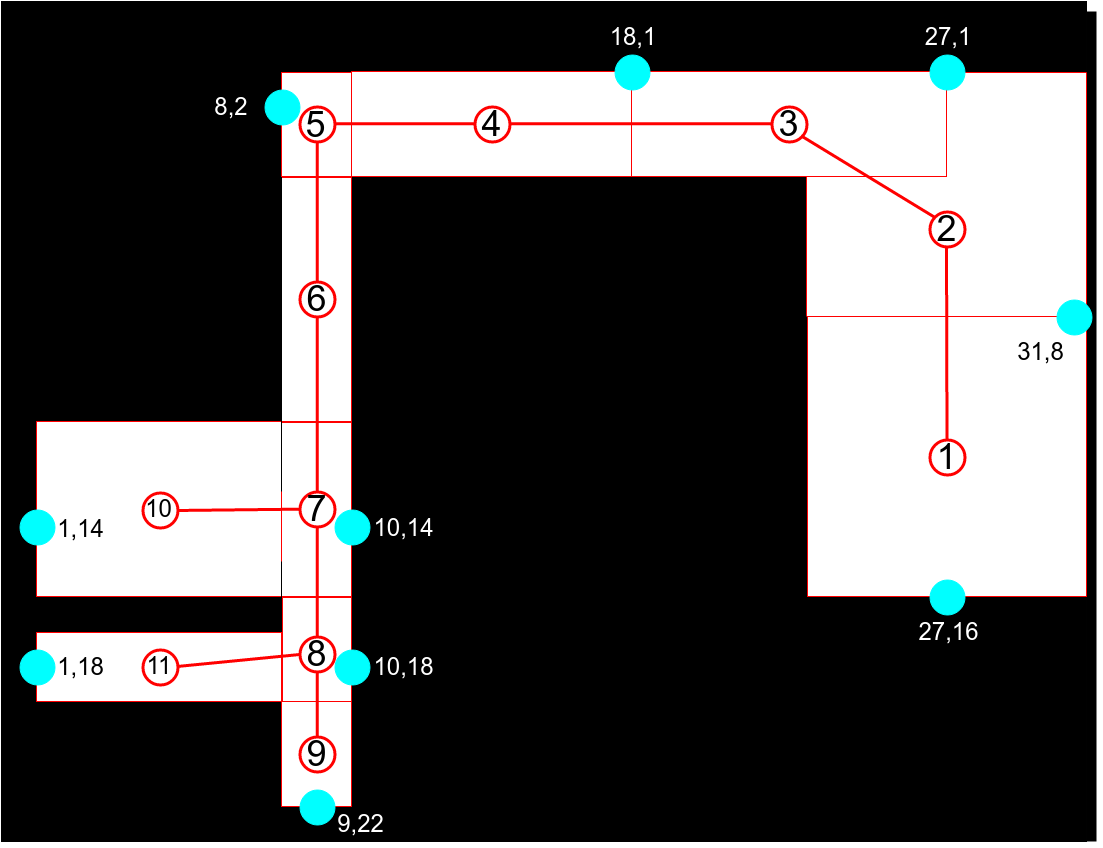
Earlier version of the draw.io export docs/eb2.png (mchill/beacon-bone). Source tidied: cells renumbered, new cells last; positions are measured from the earlier drawing's top-left corner, leaving out a move shared by most shapes.
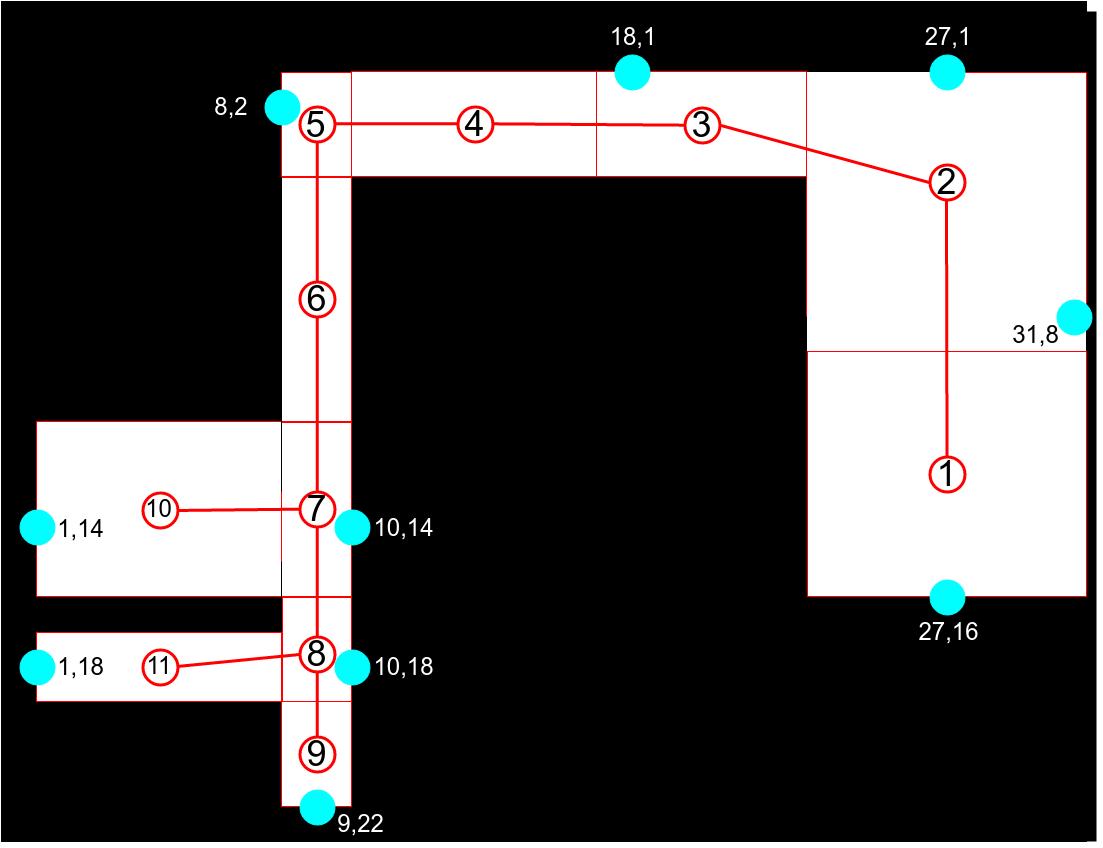
The same diagram one commit later.

Commit message:
Move around map regions

All regions need to be rectangular. Beacons should not be
placed on borders between regions.

What changed in the source:
```diff
@@ -72,10 +72,10 @@
       <mxGeometry x="1085" y="10" width="10" height="830" as="geometry" />
     </mxCell>
     <mxCell id="25" style="whiteSpace=wrap;html=1;strokeColor=#FF0000;strokeWidth=1;fillColor=none;" parent="1" vertex="1">
-      <mxGeometry x="806" y="315" width="279" height="280" as="geometry" />
+      <mxGeometry x="806" y="350" width="279" height="245" as="geometry" />
     </mxCell>
     <mxCell id="26" style="whiteSpace=wrap;html=1;strokeColor=#FF0000;strokeWidth=1;fillColor=none;" parent="1" vertex="1">
-      <mxGeometry x="350" y="70" width="280" height="105" as="geometry" />
+      <mxGeometry x="350" y="70" width="245" height="105" as="geometry" />
     </mxCell>
     <mxCell id="27" style="whiteSpace=wrap;html=1;strokeColor=#FF0000;strokeWidth=1;fillColor=none;" parent="1" vertex="1">
       <mxGeometry x="280" y="421" width="70" height="175" as="geometry" />
@@ -90,7 +90,7 @@
       <mxGeometry x="35" y="631" width="245" height="69" as="geometry" />
     </mxCell>
     <mxCell id="31" value="&lt;font style=&quot;font-size: 36px&quot;&gt;1&lt;/font&gt;" style="ellipse;whiteSpace=wrap;html=1;strokeColor=#FF0000;strokeWidth=3;fillColor=none;perimeterSpacing=0;" parent="1" vertex="1">
-      <mxGeometry x="928" y="438" width="35" height="35" as="geometry" />
+      <mxGeometry x="928" y="455" width="35" height="35" as="geometry" />
     </mxCell>
     <mxCell id="32" style="ellipse;whiteSpace=wrap;html=1;strokeColor=#00FFFF;strokeWidth=1;fillColor=#00FFFF;perimeterSpacing=0;" parent="1" vertex="1">
       <mxGeometry x="928" y="578" width="35" height="35" as="geometry" />
@@ -108,10 +108,10 @@
       <mxGeometry x="333" y="508" width="35" height="35" as="geometry" />
     </mxCell>
     <mxCell id="37" value="&lt;font style=&quot;font-size: 36px&quot;&gt;2&lt;/font&gt;" style="ellipse;whiteSpace=wrap;html=1;strokeColor=#FF0000;strokeWidth=3;fillColor=none;perimeterSpacing=0;" parent="1" vertex="1">
-      <mxGeometry x="928" y="210" width="35" height="35" as="geometry" />
+      <mxGeometry x="928" y="163" width="35" height="35" as="geometry" />
     </mxCell>
     <mxCell id="38" value="&lt;font style=&quot;font-size: 36px&quot;&gt;4&lt;/font&gt;" style="ellipse;whiteSpace=wrap;html=1;strokeColor=#FF0000;strokeWidth=3;fillColor=none;perimeterSpacing=0;" parent="1" vertex="1">
-      <mxGeometry x="473" y="105" width="35" height="35" as="geometry" />
+      <mxGeometry x="456" y="105" width="35" height="35" as="geometry" />
     </mxCell>
     <mxCell id="39" value="&lt;font style=&quot;font-size: 24px&quot;&gt;10&lt;/font&gt;" style="ellipse;whiteSpace=wrap;html=1;strokeColor=#FF0000;strokeWidth=3;fillColor=none;perimeterSpacing=0;" parent="1" vertex="1">
       <mxGeometry x="141" y="491" width="35" height="35" as="geometry" />
@@ -146,7 +146,7 @@
     <mxCell id="49" style="endArrow=none;html=1;entryX=0.5;entryY=1;strokeColor=#FF0000;strokeWidth=3;" parent="1" edge="1" source="31" target="37">
       <mxGeometry relative="1" as="geometry" />
     </mxCell>
-    <mxCell id="50" style="endArrow=none;html=1;strokeColor=#FF0000;strokeWidth=3;exitX=1;exitY=1;entryX=0;entryY=0;" parent="1" edge="1" source="63" target="37">
+    <mxCell id="50" style="endArrow=none;html=1;strokeColor=#FF0000;strokeWidth=3;exitX=1;exitY=0.5;entryX=0;entryY=0.5;" parent="1" edge="1" source="63" target="37">
       <mxGeometry x="980" y="297.7" as="geometry" />
     </mxCell>
     <mxCell id="51" style="endArrow=none;html=1;entryX=0;entryY=0.5;strokeColor=#FF0000;strokeWidth=3;exitX=1;exitY=0.5;" parent="1" edge="1" source="38" target="63">
@@ -183,10 +183,10 @@
       <mxGeometry x="244" y="537.7" as="geometry" />
     </mxCell>
     <mxCell id="62" style="whiteSpace=wrap;html=1;strokeColor=#FF0000;strokeWidth=1;fillColor=none;" parent="1" vertex="1">
-      <mxGeometry x="630" y="70" width="315" height="105" as="geometry" />
+      <mxGeometry x="595" y="70" width="210" height="105" as="geometry" />
     </mxCell>
     <mxCell id="63" value="&lt;font style=&quot;font-size: 36px&quot;&gt;3&lt;/font&gt;" style="ellipse;whiteSpace=wrap;html=1;strokeColor=#FF0000;strokeWidth=3;fillColor=none;perimeterSpacing=0;" parent="1" vertex="1">
-      <mxGeometry x="770" y="105" width="35" height="35" as="geometry" />
+      <mxGeometry x="683" y="106" width="35" height="35" as="geometry" />
     </mxCell>
     <mxCell id="64" style="line;direction=south;html=1;strokeColor=#FF0000;strokeWidth=1;fillColor=#FF0000;" parent="1" vertex="1">
       <mxGeometry x="800" y="175" width="10" height="140" as="geometry" />
@@ -237,7 +237,7 @@
       <mxGeometry x="913" y="613" width="67" height="35" as="geometry" />
     </mxCell>
     <mxCell id="80" value="&lt;font style=&quot;font-size: 24px&quot;&gt;31,8&lt;/font&gt;" style="text;html=1;strokeColor=none;fillColor=none;align=center;verticalAlign=middle;whiteSpace=wrap;overflow=hidden;fontColor=#000000;" parent="1" vertex="1">
-      <mxGeometry x="993" y="333" width="92" height="35" as="geometry" />
+      <mxGeometry x="988" y="316" width="92" height="35" as="geometry" />
     </mxCell>
   </root>
 </mxGraphModel>
```
